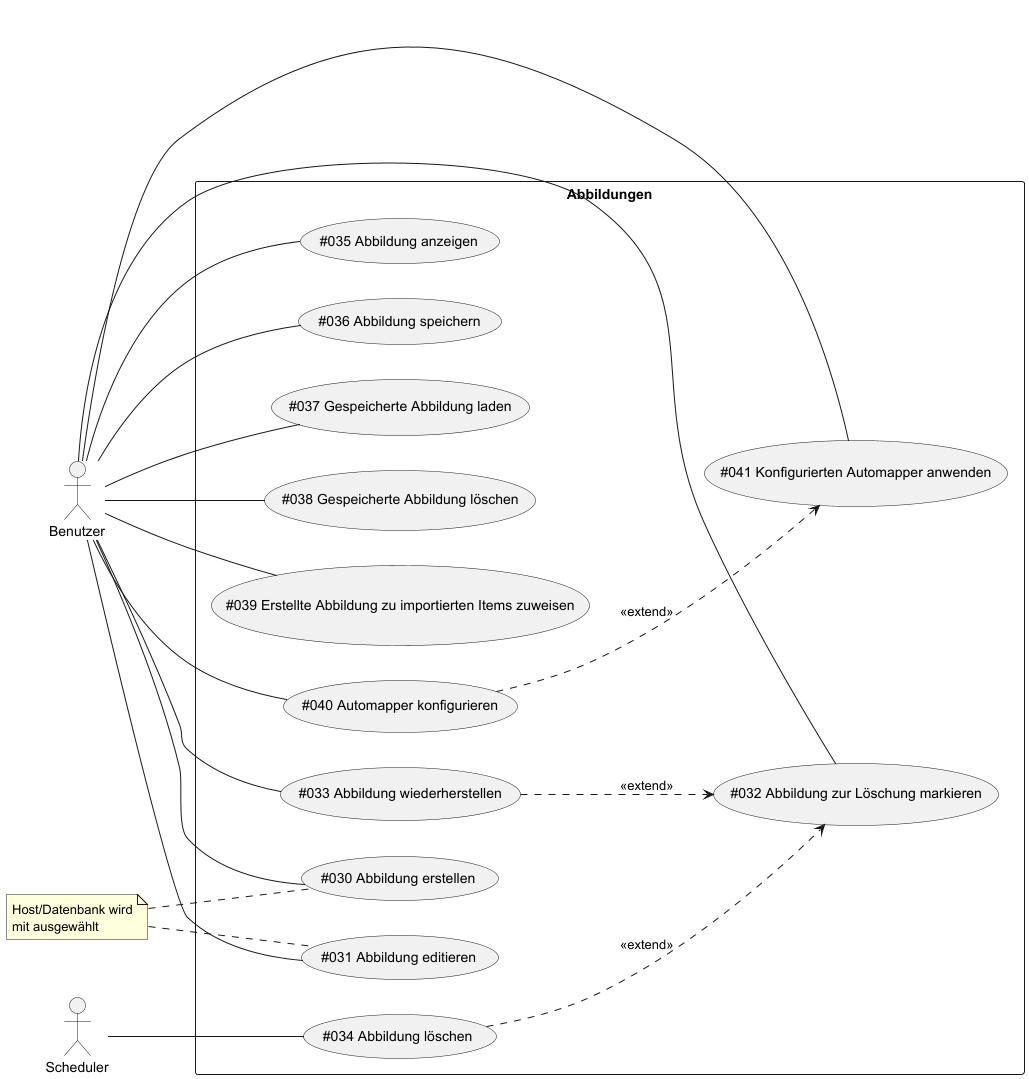
Above: data-integration-documentation/src/main/images/usecases/mappings.png in TuncerCatalkaya/data-integration (PlantUML), before the change.
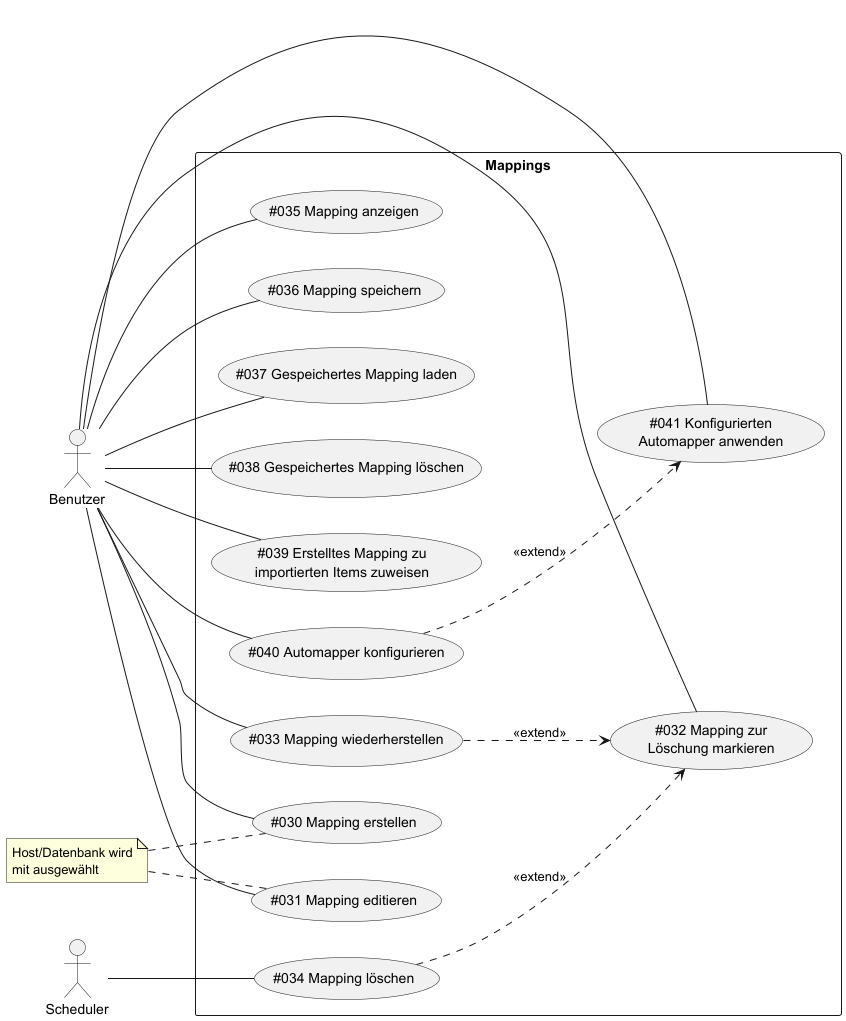
The same file after the commit.

What changed in the source:
```diff
@@ -4,19 +4,19 @@
 actor Benutzer as Actor1
 actor Scheduler as Actor2
 
-rectangle Abbildungen {
-    (#030 Abbildung erstellen) as (UC30)
-    (#031 Abbildung editieren) as (UC31)
-    (#032 Abbildung zur Löschung markieren) as (UC32)
-    (#033 Abbildung wiederherstellen) as (UC33)
-    (#034 Abbildung löschen) as (UC34)
-    (#035 Abbildung anzeigen) as (UC35)
-    (#036 Abbildung speichern) as (UC36)
-    (#037 Gespeicherte Abbildung laden) as (UC37)
-    (#038 Gespeicherte Abbildung löschen) as (UC38)
-    (#039 Erstellte Abbildung zu importierten Items zuweisen) as (UC39)
+rectangle Mappings {
+    (#030 Mapping erstellen) as (UC30)
+    (#031 Mapping editieren) as (UC31)
+    (#032 Mapping zur\nLöschung markieren) as (UC32)
+    (#033 Mapping wiederherstellen) as (UC33)
+    (#034 Mapping löschen) as (UC34)
+    (#035 Mapping anzeigen) as (UC35)
+    (#036 Mapping speichern) as (UC36)
+    (#037 Gespeichertes Mapping laden) as (UC37)
+    (#038 Gespeichertes Mapping löschen) as (UC38)
+    (#039 Erstelltes Mapping zu\nimportierten Items zuweisen) as (UC39)
     (#040 Automapper konfigurieren) as (UC40)
-    (#041 Konfigurierten Automapper anwenden) as (UC41)
+    (#041 Konfigurierten\nAutomapper anwenden) as (UC41)
 }
 
 note "Host/Datenbank wird\nmit ausgewählt" as N1
```
